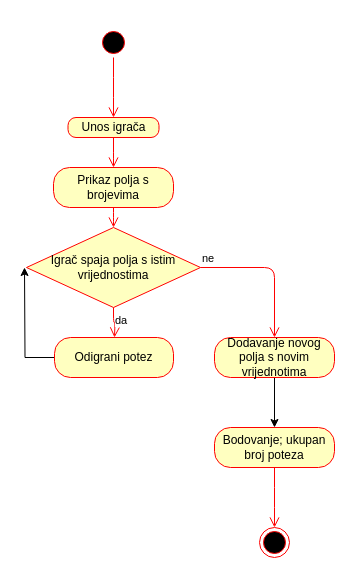
The draw.io diagram page "Activity: igranje 2048" (2 of 5) of dijagram.drawio in ivanaher/2048, before the edit. Source tidied: cells renumbered, new cells numbered last; positions are measured from the earlier drawing's top-left corner, leaving out a move shared by most shapes. Both pictures are drawn from the tidied source at 100%, with x=0, y=0 at pixel (24, 27).
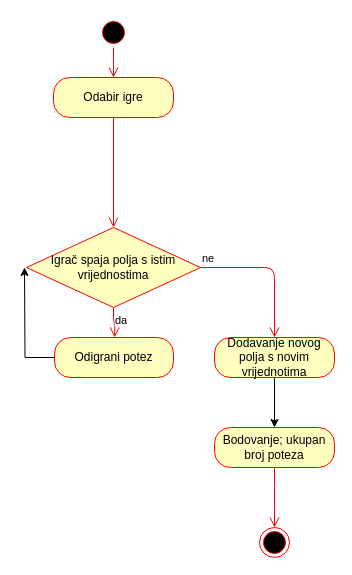
The same page after the edit.

Unchanged cells that the change refers to:
```xml
<mxCell id="8" value="Igrač spaja polja s istim vrijednostima" style="rhombus;whiteSpace=wrap;html=1;fillColor=#ffffc0;strokeColor=#ff0000;" parent="1" vertex="1">
  <mxGeometry x="2" y="200" width="174" height="80" as="geometry" />
</mxCell>
```

The edit, as a diff of the source:
```diff
@@
-    <mxCell id="2" style="ellipse;html=1;shape=startState;fillColor=#000000;strokeColor=#ff0000;" parent="1" vertex="1">
-      <mxGeometry x="74" width="30" height="30" as="geometry" />
-    </mxCell>
-    <mxCell id="3" style="edgeStyle=orthogonalEdgeStyle;html=1;verticalAlign=bottom;endArrow=open;endSize=8;strokeColor=#ff0000;" parent="1" edge="1" source="2">
-      <mxGeometry relative="1" as="geometry">
-        <mxPoint x="89" y="90" as="targetPoint" />
-      </mxGeometry>
-    </mxCell>
-    <mxCell id="4" value="Unos igrača" style="rounded=1;whiteSpace=wrap;html=1;arcSize=40;fontColor=#000000;fillColor=#ffffc0;strokeColor=#ff0000;" parent="1" vertex="1">
-      <mxGeometry x="43.5" y="90" width="91" height="20" as="geometry" />
-    </mxCell>
-    <mxCell id="5" style="edgeStyle=orthogonalEdgeStyle;html=1;verticalAlign=bottom;endArrow=open;endSize=8;strokeColor=#ff0000;" parent="1" edge="1" source="4">
-      <mxGeometry relative="1" as="geometry">
-        <mxPoint x="89" y="140" as="targetPoint" />
-      </mxGeometry>
-    </mxCell>
-    <mxCell id="6" value="Prikaz polja s brojevima" style="rounded=1;whiteSpace=wrap;html=1;arcSize=40;fontColor=#000000;fillColor=#ffffc0;strokeColor=#ff0000;" parent="1" vertex="1">
-      <mxGeometry x="29" y="140" width="120" height="40" as="geometry" />
-    </mxCell>
-    <mxCell id="7" style="edgeStyle=orthogonalEdgeStyle;html=1;verticalAlign=bottom;endArrow=open;endSize=8;strokeColor=#ff0000;" parent="1" edge="1" source="6">
-      <mxGeometry relative="1" as="geometry">
-        <mxPoint x="89" y="200" as="targetPoint" />
-      </mxGeometry>
-    </mxCell>
@@
+    <mxCell id="18" style="ellipse;html=1;shape=startState;fillColor=#000000;strokeColor=#ff0000;" parent="1" vertex="1">
+      <mxGeometry x="74" y="-10" width="30" height="30" as="geometry" />
+    </mxCell>
+    <mxCell id="19" style="edgeStyle=orthogonalEdgeStyle;html=1;verticalAlign=bottom;endArrow=open;endSize=8;strokeColor=#ff0000;" parent="1" edge="1" source="18">
+      <mxGeometry relative="1" as="geometry">
+        <mxPoint x="89" y="50" as="targetPoint" />
+      </mxGeometry>
+    </mxCell>
+    <mxCell id="20" value="Odabir igre" style="rounded=1;whiteSpace=wrap;html=1;arcSize=40;fontColor=#000000;fillColor=#ffffc0;strokeColor=#ff0000;" parent="1" vertex="1">
+      <mxGeometry x="29" y="50" width="120" height="40" as="geometry" />
+    </mxCell>
+    <mxCell id="21" style="edgeStyle=orthogonalEdgeStyle;html=1;verticalAlign=bottom;endArrow=open;endSize=8;strokeColor=#ff0000;entryX=0.5;entryY=0;entryDx=0;entryDy=0;" parent="1" edge="1" source="20" target="8">
+      <mxGeometry relative="1" as="geometry" />
+    </mxCell>
```
